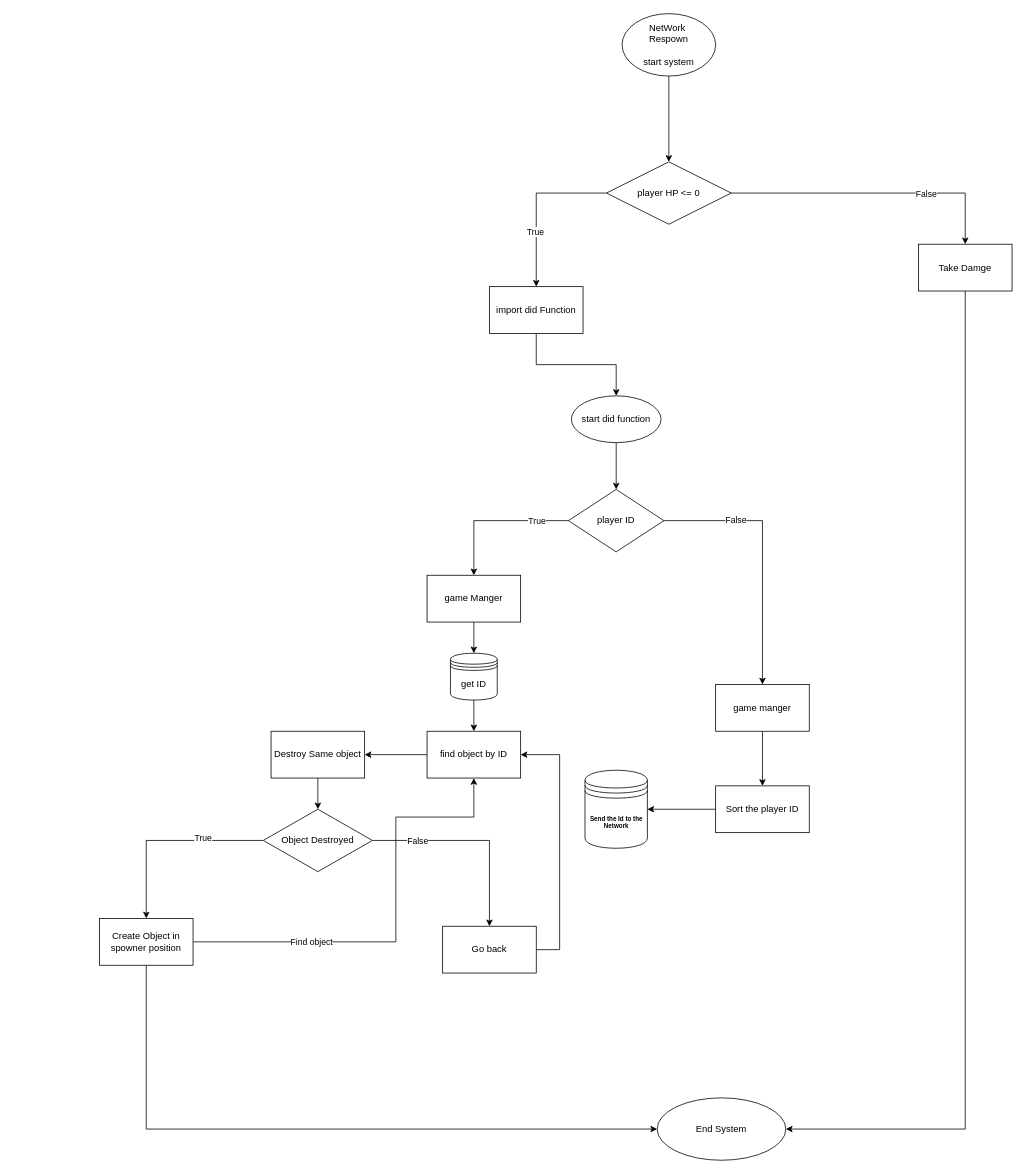
Before: Netzork Respozn.drawio in heroassem/my_algo, a draw.io diagram. Source tidied: cells renumbered, new cells numbered last; positions are measured from the earlier drawing's top-left corner, leaving out a move shared by most shapes. Both pictures are drawn from the tidied source at 78%, with x=0, y=0 at pixel (99, 13).
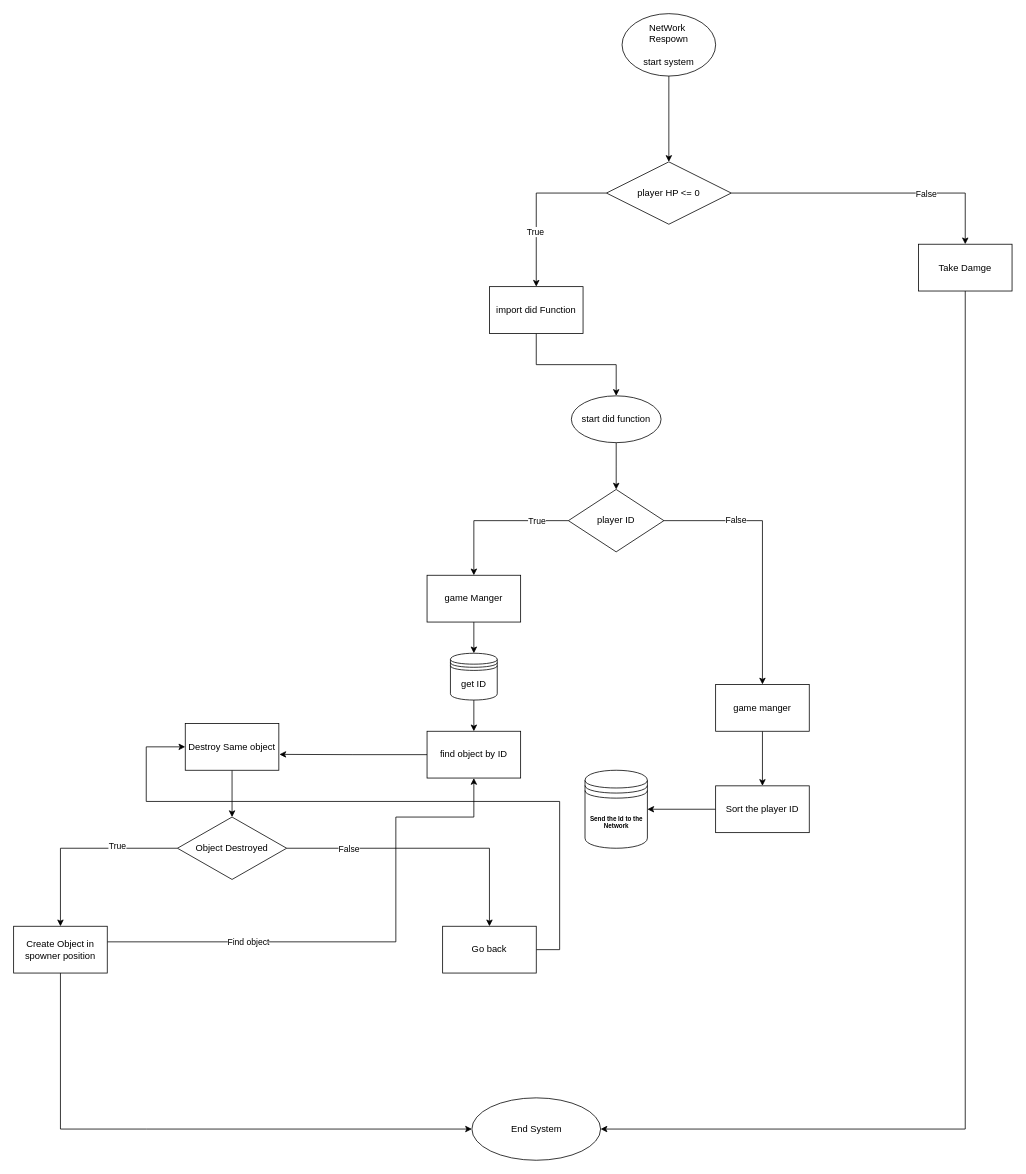
Above is the later version.

Unchanged cells that the change refers to:
```xml
<mxCell id="30" value="find object by ID" style="whiteSpace=wrap;html=1;" parent="1" vertex="1">
  <mxGeometry x="420" y="920" width="120" height="60" as="geometry" />
</mxCell>
<mxCell id="39" value="Go back" style="whiteSpace=wrap;html=1;" parent="1" vertex="1">
  <mxGeometry x="440" y="1170" width="120" height="60" as="geometry" />
</mxCell>
```

The edit, as a diff of the source:
```diff
@@
-    <mxCell id="29" style="edgeStyle=orthogonalEdgeStyle;rounded=0;jettySize=auto;html=1;" parent="1" edge="1" source="30" target="32">
-      <mxGeometry relative="1" as="geometry" />
-    </mxCell>
@@
     <mxCell id="32" value="Destroy Same object" style="whiteSpace=wrap;html=1;" parent="1" vertex="1">
-      <mxGeometry x="220" y="920" width="120" height="60" as="geometry" />
+      <mxGeometry x="110" y="910" width="120" height="60" as="geometry" />
     </mxCell>
@@
     <mxCell id="37" value="Object Destroyed" style="rhombus;whiteSpace=wrap;html=1;" parent="1" vertex="1">
-      <mxGeometry x="210" y="1020" width="140" height="80" as="geometry" />
+      <mxGeometry x="100" y="1030" width="140" height="80" as="geometry" />
     </mxCell>
-    <mxCell id="38" style="edgeStyle=orthogonalEdgeStyle;rounded=0;jettySize=auto;html=1;entryX=1;entryY=0.5;entryDx=0;entryDy=0;exitX=1;exitY=0.5;exitDx=0;exitDy=0;" parent="1" edge="1" source="39" target="30">
+    <mxCell id="38" style="edgeStyle=orthogonalEdgeStyle;rounded=0;jettySize=auto;html=1;exitX=1;exitY=0.5;exitDx=0;exitDy=0;entryX=0;entryY=0.5;entryDx=0;entryDy=0;" parent="1" edge="1" source="39" target="32">
       <mxGeometry relative="1" as="geometry">
         <Array as="points">
           <mxPoint x="590" y="1200" />
-          <mxPoint x="590" y="950" />
+          <mxPoint x="590" y="1010" />
+          <mxPoint x="60" y="1010" />
+          <mxPoint x="60" y="940" />
         </Array>
       </mxGeometry>
     </mxCell>
@@
     <mxCell id="43" value="Create Object in spowner position" style="whiteSpace=wrap;html=1;" parent="1" vertex="1">
-      <mxGeometry y="1160" width="120" height="60" as="geometry" />
+      <mxGeometry x="-110" y="1170" width="120" height="60" as="geometry" />
     </mxCell>
     <mxCell id="44" value="End System" style="ellipse;whiteSpace=wrap;html=1;" parent="1" vertex="1">
-      <mxGeometry x="715" y="1390" width="165" height="80" as="geometry" />
+      <mxGeometry x="477.5" y="1390" width="165" height="80" as="geometry" />
     </mxCell>
+    <mxCell id="29" style="edgeStyle=orthogonalEdgeStyle;rounded=0;jettySize=auto;html=1;entryX=1.006;entryY=0.661;entryDx=0;entryDy=0;entryPerimeter=0;" parent="1" edge="1" source="30" target="32">
+      <mxGeometry relative="1" as="geometry" />
+    </mxCell>
```
